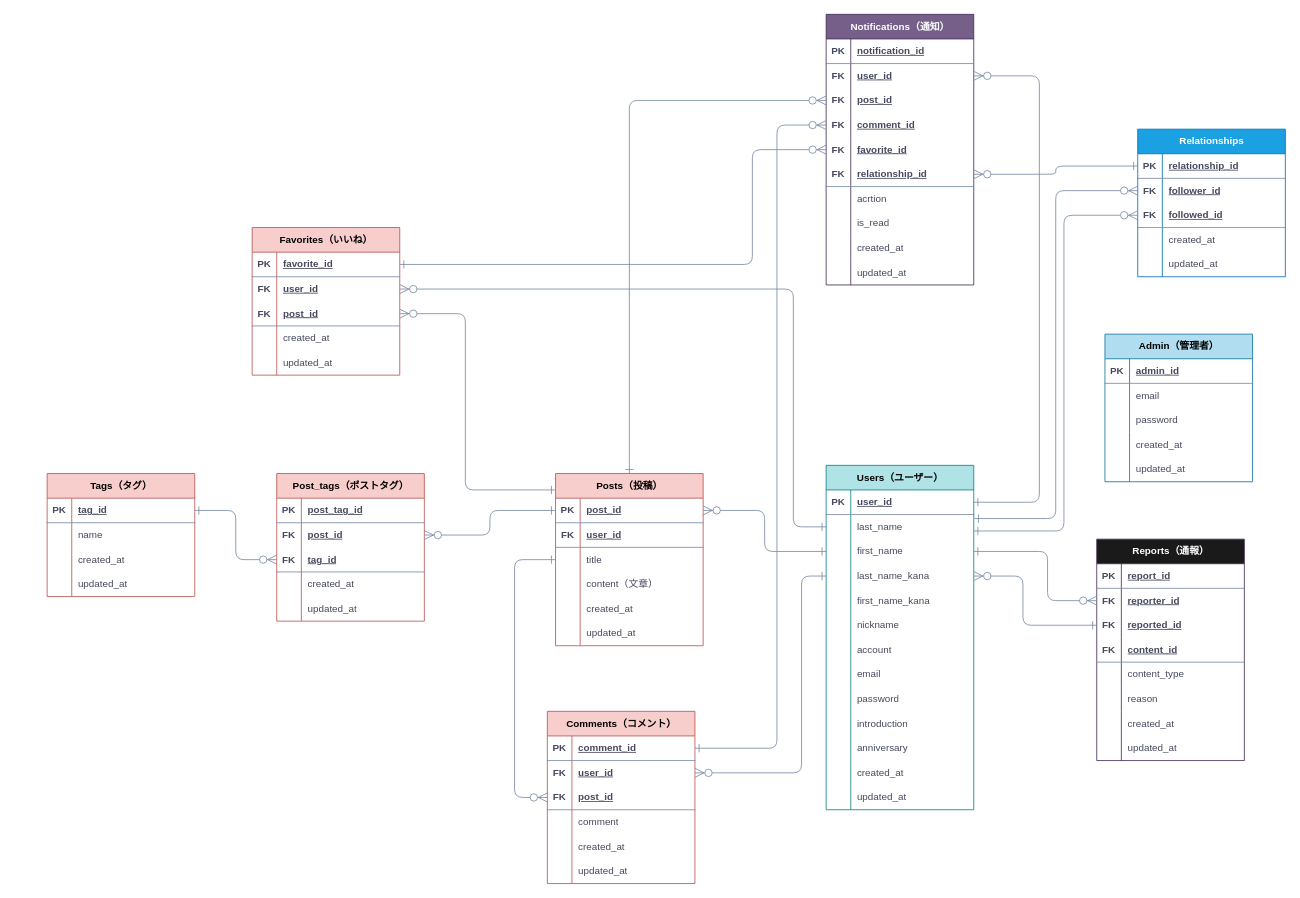
Before: 2seeds.drawio in Ganmo3/drawio, a draw.io diagram. Source tidied: cells renumbered, new cells numbered last; positions are measured from the earlier drawing's top-left corner, leaving out a move shared by most shapes. Both pictures are drawn from the tidied source at 82%, with x=0, y=0 at pixel (30, 14).
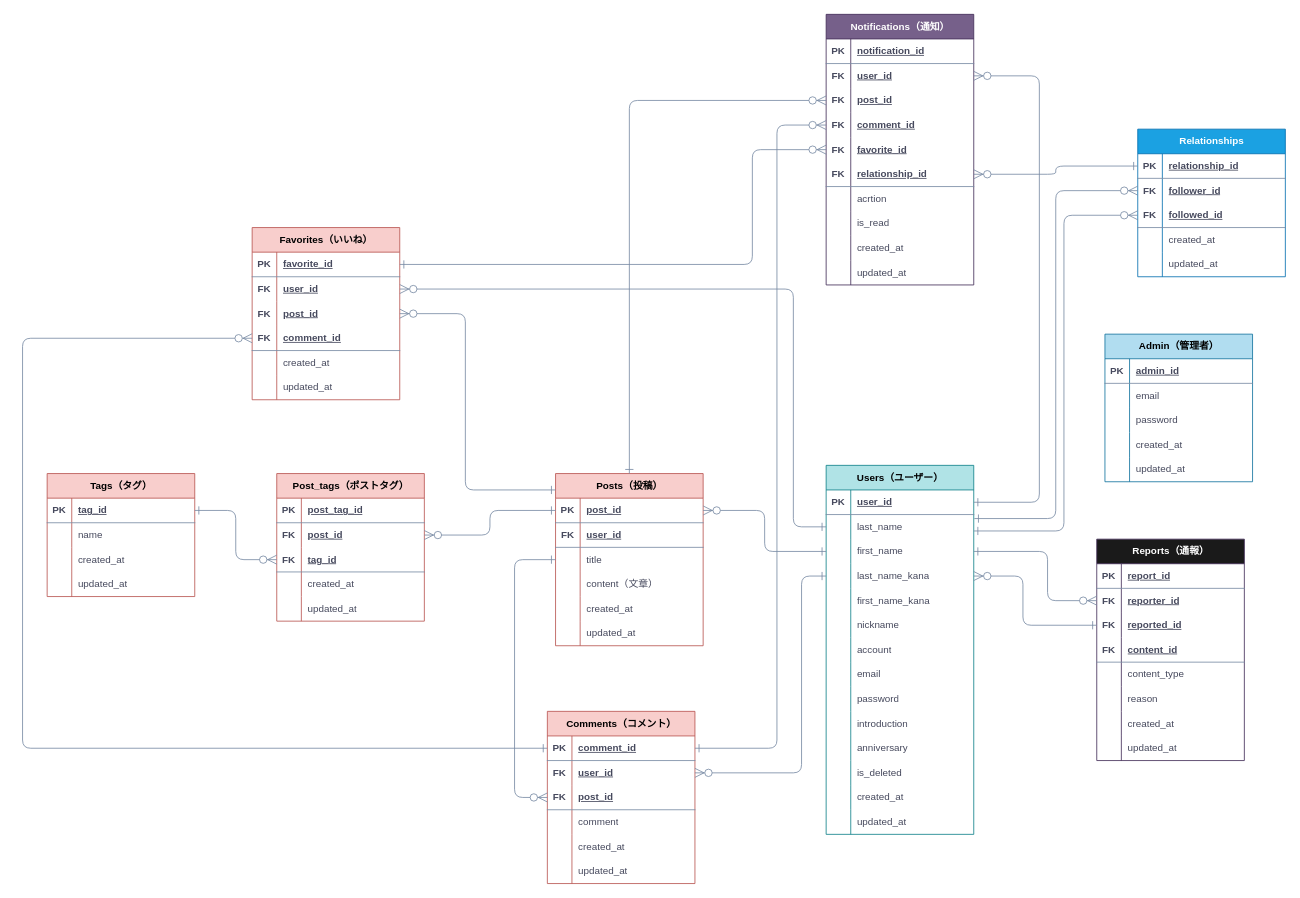
The same diagram, later.

Commit message:
2seeds.drawio を更新します

Unchanged cells that the change refers to:
```xml
<mxCell id="101" style="shape=tableRow;horizontal=0;startSize=0;swimlaneHead=0;swimlaneBody=0;fillColor=none;points=[[0,0.5],[1,0.5]];portConstraint=eastwest;top=0;left=0;right=0;bottom=1;strokeColor=#788AA3;fontFamily=Helvetica;fontSize=12;fontColor=#46495D;html=1;labelBackgroundColor=none;" parent="100" vertex="1">
  <mxGeometry y="30" width="180" height="30" as="geometry" />
</mxCell>
```

Change to the diagram source:
```diff
@@
     <mxCell id="18" value="&lt;font color=&quot;#000000&quot;&gt;Users（ユーザー）&lt;/font&gt;" style="shape=table;startSize=30;childLayout=tableLayout;rowLines=0;fontStyle=1;align=center;html=1;fontFamily=Helvetica;fontSize=12;fillColor=#b0e3e6;labelBackgroundColor=none;strokeColor=#0e8088;" parent="1" vertex="1">
-      <mxGeometry x="970" y="550" width="180" height="420" as="geometry" />
+      <mxGeometry x="970" y="550" width="180" height="450" as="geometry" />
     </mxCell>
@@
+    <mxCell id="235" style="shape=tableRow;horizontal=0;startSize=0;swimlaneHead=0;swimlaneBody=0;fillColor=none;top=0;left=0;right=0;bottom=0;strokeColor=#788AA3;fontFamily=Helvetica;fontSize=12;fontColor=#46495D;html=1;labelBackgroundColor=none;" parent="18" vertex="1">
+      <mxGeometry y="360" width="180" height="30" as="geometry" />
+    </mxCell>
+    <mxCell id="236" style="shape=partialRectangle;fillColor=none;top=0;left=0;bottom=0;right=0;overflow=hidden;whiteSpace=wrap;html=1;strokeColor=#788AA3;fontFamily=Helvetica;fontSize=12;fontColor=#46495D;startSize=23;labelBackgroundColor=none;" parent="235" vertex="1">
+      <mxGeometry width="30" height="30" as="geometry" />
+    </mxCell>
+    <mxCell id="237" value="is_deleted" style="shape=partialRectangle;fillColor=none;top=0;left=0;bottom=0;right=0;align=left;spacingLeft=6;overflow=hidden;whiteSpace=wrap;html=1;strokeColor=#788AA3;fontFamily=Helvetica;fontSize=12;fontColor=#46495D;startSize=23;labelBackgroundColor=none;" parent="235" vertex="1">
+      <mxGeometry x="30" width="150" height="30" as="geometry" />
+    </mxCell>
     <mxCell id="52" style="shape=tableRow;horizontal=0;startSize=0;swimlaneHead=0;swimlaneBody=0;fillColor=none;top=0;left=0;right=0;bottom=0;strokeColor=#788AA3;fontFamily=Helvetica;fontSize=12;fontColor=#46495D;html=1;labelBackgroundColor=none;" parent="18" vertex="1">
-      <mxGeometry y="360" width="180" height="30" as="geometry" />
+      <mxGeometry y="390" width="180" height="30" as="geometry" />
     </mxCell>
@@
     <mxCell id="55" style="shape=tableRow;horizontal=0;startSize=0;swimlaneHead=0;swimlaneBody=0;fillColor=none;top=0;left=0;right=0;bottom=0;strokeColor=#788AA3;fontFamily=Helvetica;fontSize=12;fontColor=#46495D;html=1;labelBackgroundColor=none;" parent="18" vertex="1">
-      <mxGeometry y="390" width="180" height="30" as="geometry" />
+      <mxGeometry y="420" width="180" height="30" as="geometry" />
     </mxCell>
@@
     <mxCell id="84" value="Favorites（いいね）" style="shape=table;startSize=30;childLayout=tableLayout;rowLines=0;fontStyle=1;align=center;html=1;strokeColor=#b85450;fontFamily=Helvetica;fontSize=12;fillColor=#f8cecc;labelBackgroundColor=none;" parent="1" vertex="1">
-      <mxGeometry x="270" y="260" width="180" height="180" as="geometry" />
+      <mxGeometry x="270" y="260" width="180" height="210" as="geometry" />
     </mxCell>
@@
+    <mxCell id="238" style="shape=tableRow;horizontal=0;startSize=0;swimlaneHead=0;swimlaneBody=0;fillColor=none;top=0;left=0;right=0;bottom=0;strokeColor=#788AA3;fontFamily=Helvetica;fontSize=12;fontColor=#46495D;html=1;labelBackgroundColor=none;" parent="84" vertex="1">
+      <mxGeometry y="90" width="180" height="30" as="geometry" />
+    </mxCell>
+    <mxCell id="239" value="&lt;b&gt;FK&lt;/b&gt;" style="shape=partialRectangle;fillColor=none;top=0;left=0;bottom=0;right=0;overflow=hidden;whiteSpace=wrap;html=1;strokeColor=#788AA3;fontFamily=Helvetica;fontSize=12;fontColor=#46495D;startSize=23;labelBackgroundColor=none;" parent="238" vertex="1">
+      <mxGeometry width="30" height="30" as="geometry" />
+    </mxCell>
+    <mxCell id="240" value="&lt;u&gt;&lt;b&gt;post_id&lt;/b&gt;&lt;/u&gt;" style="shape=partialRectangle;fillColor=none;top=0;left=0;bottom=0;right=0;align=left;spacingLeft=6;overflow=hidden;whiteSpace=wrap;html=1;strokeColor=#788AA3;fontFamily=Helvetica;fontSize=12;fontColor=#46495D;startSize=23;labelBackgroundColor=none;" parent="238" vertex="1">
+      <mxGeometry x="30" width="150" height="30" as="geometry" />
+    </mxCell>
     <mxCell id="91" style="shape=tableRow;horizontal=0;startSize=0;swimlaneHead=0;swimlaneBody=0;fillColor=none;points=[[0,0.5],[1,0.5]];portConstraint=eastwest;top=0;left=0;right=0;bottom=1;strokeColor=#788AA3;fontFamily=Helvetica;fontSize=12;fontColor=#46495D;html=1;labelBackgroundColor=none;" parent="84" vertex="1">
-      <mxGeometry y="90" width="180" height="30" as="geometry" />
+      <mxGeometry y="120" width="180" height="30" as="geometry" />
     </mxCell>
@@
-    <mxCell id="93" value="post_id" style="shape=partialRectangle;fillColor=none;top=0;left=0;bottom=0;right=0;align=left;spacingLeft=6;fontStyle=5;overflow=hidden;whiteSpace=wrap;html=1;strokeColor=#788AA3;fontFamily=Helvetica;fontSize=12;fontColor=#46495D;startSize=23;labelBackgroundColor=none;" parent="91" vertex="1">
+    <mxCell id="93" value="comment_id" style="shape=partialRectangle;fillColor=none;top=0;left=0;bottom=0;right=0;align=left;spacingLeft=6;fontStyle=5;overflow=hidden;whiteSpace=wrap;html=1;strokeColor=#788AA3;fontFamily=Helvetica;fontSize=12;fontColor=#46495D;startSize=23;labelBackgroundColor=none;" parent="91" vertex="1">
       <mxGeometry x="30" width="150" height="30" as="geometry" />
     </mxCell>
     <mxCell id="94" style="shape=tableRow;horizontal=0;startSize=0;swimlaneHead=0;swimlaneBody=0;fillColor=none;top=0;left=0;right=0;bottom=0;strokeColor=#788AA3;fontFamily=Helvetica;fontSize=12;fontColor=#46495D;html=1;labelBackgroundColor=none;" parent="84" vertex="1">
-      <mxGeometry y="120" width="180" height="30" as="geometry" />
+      <mxGeometry y="150" width="180" height="30" as="geometry" />
     </mxCell>
@@
     <mxCell id="97" style="shape=tableRow;horizontal=0;startSize=0;swimlaneHead=0;swimlaneBody=0;fillColor=none;top=0;left=0;right=0;bottom=0;strokeColor=#788AA3;fontFamily=Helvetica;fontSize=12;fontColor=#46495D;html=1;labelBackgroundColor=none;" parent="84" vertex="1">
-      <mxGeometry y="150" width="180" height="30" as="geometry" />
+      <mxGeometry y="180" width="180" height="30" as="geometry" />
     </mxCell>
@@
+    <mxCell id="241" style="edgeStyle=elbowEdgeStyle;fontSize=12;html=1;endArrow=ERzeroToMany;endFill=1;fontFamily=Helvetica;fontColor=default;startSize=8;rounded=1;startArrow=ERone;startFill=0;endSize=9;labelBackgroundColor=none;strokeColor=#788AA3;exitX=0;exitY=0.5;exitDx=0;exitDy=0;entryX=0;entryY=0.5;entryDx=0;entryDy=0;" parent="1" edge="1" source="101" target="91">
+      <mxGeometry relative="1" as="geometry">
+        <Array as="points">
+          <mxPoint x="-10" y="650" />
+        </Array>
+      </mxGeometry>
+    </mxCell>
```
